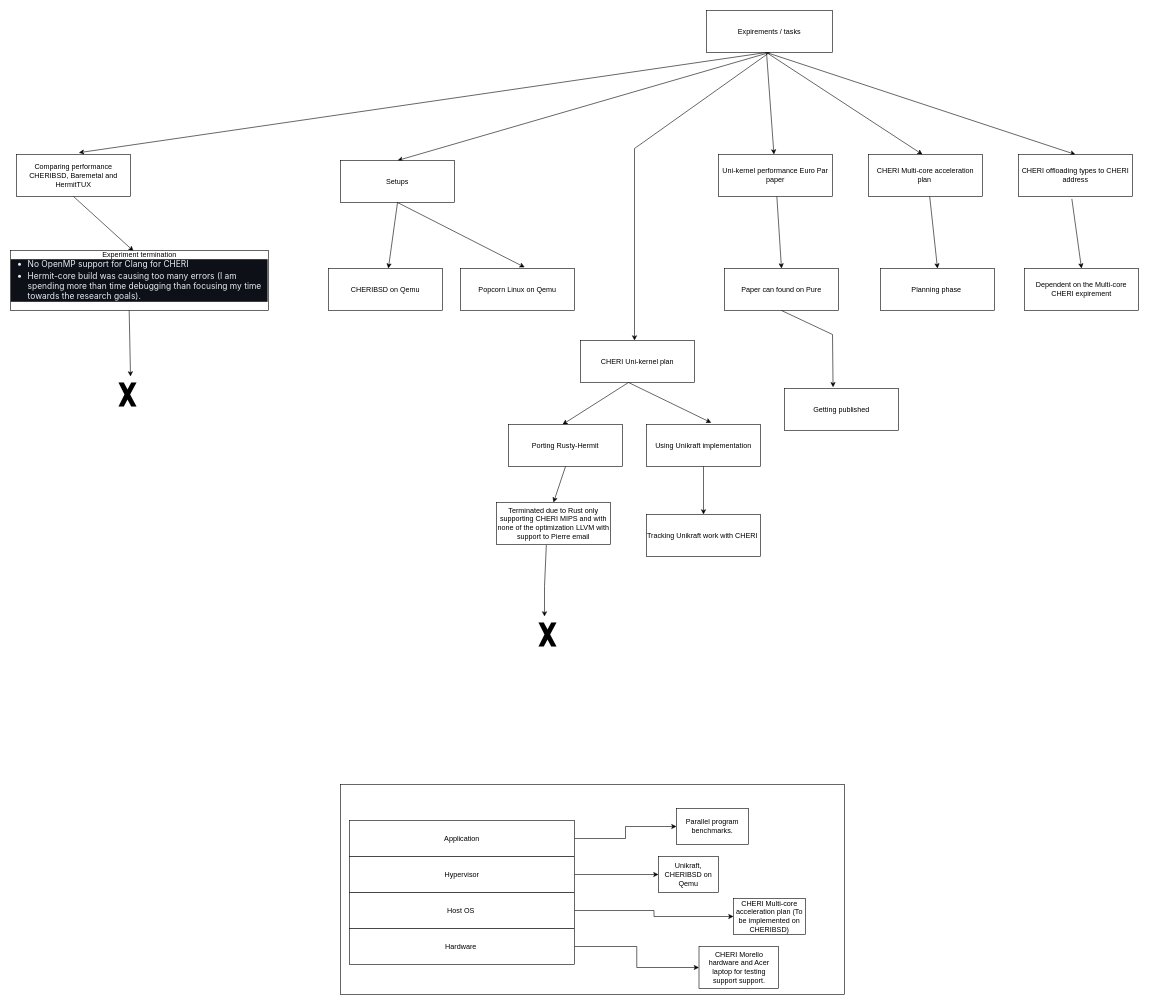
This is page "Page-1" (1 of 4) of Untitled Diagram.drawio from Akilan1999/PhD-public, a draw.io file, before an edit. Source tidied: cells renumbered, new cells numbered last; positions are measured from the earlier drawing's top-left corner, leaving out a move shared by most shapes. Both pictures are drawn from the tidied source at 60%, with x=0, y=0 at pixel (10, 10).
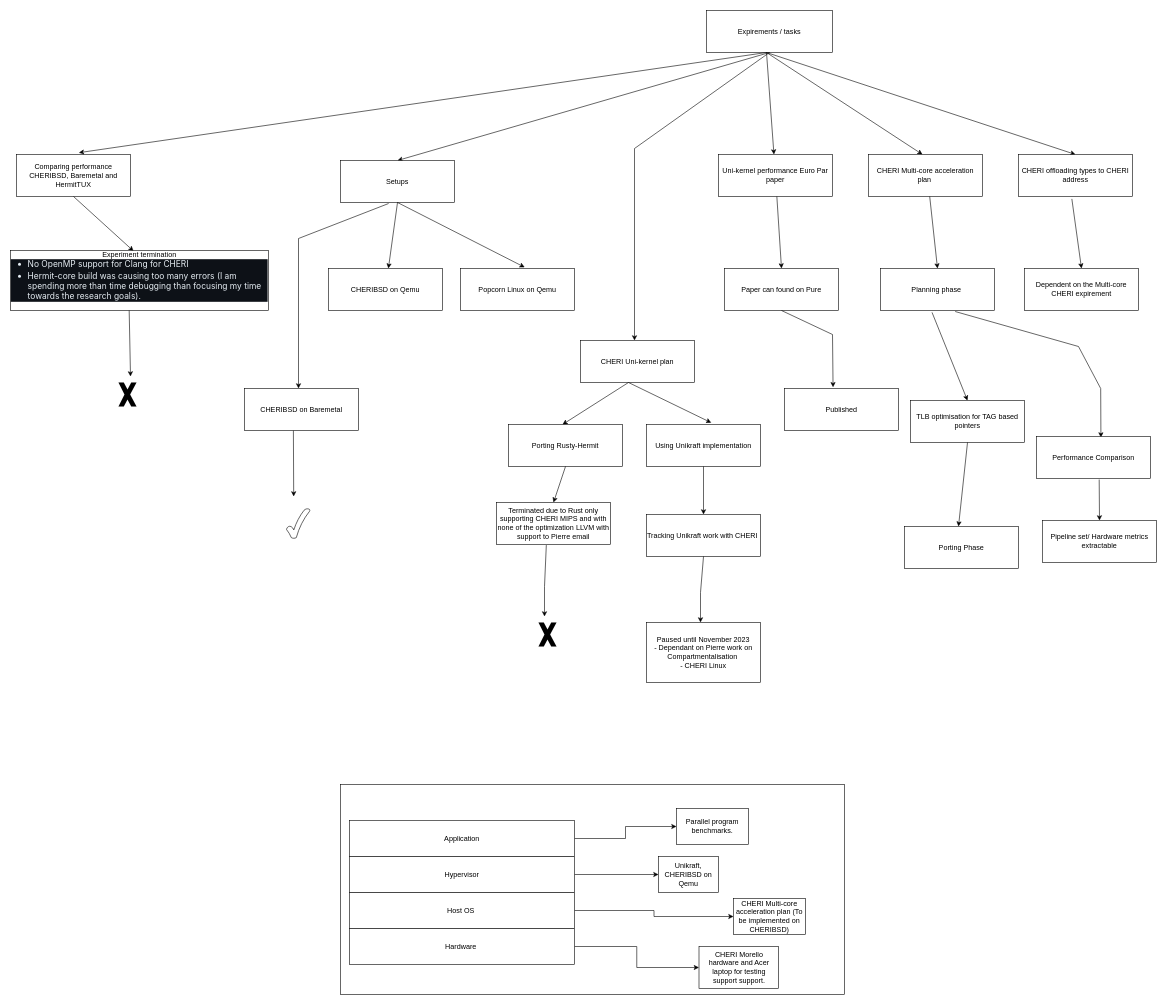
The same diagram, later.

The change refers to these unchanged cells:
```xml
<mxCell id="8" value="Setups" style="rounded=0;whiteSpace=wrap;html=1;" parent="1" vertex="1">
  <mxGeometry x="550" y="250" width="190" height="70" as="geometry" />
</mxCell>
<mxCell id="20" value="Planning phase&amp;nbsp;" style="rounded=0;whiteSpace=wrap;html=1;" parent="1" vertex="1">
  <mxGeometry x="1450" y="430" width="190" height="70" as="geometry" />
</mxCell>
<mxCell id="30" value="Tracking Unikraft work with CHERI&amp;nbsp;" style="rounded=0;whiteSpace=wrap;html=1;" parent="1" vertex="1">
  <mxGeometry x="1060" y="840" width="190" height="70" as="geometry" />
</mxCell>
```

What changed in the source:
```diff
@@
-    <mxCell id="40" value="Getting published" style="rounded=0;whiteSpace=wrap;html=1;" parent="1" vertex="1">
+    <mxCell id="40" value="Published" style="rounded=0;whiteSpace=wrap;html=1;" parent="1" vertex="1">
       <mxGeometry x="1290" y="630" width="190" height="70" as="geometry" />
     </mxCell>
@@
+    <mxCell id="54" style="endArrow=classic;html=1;rounded=0;exitX=0.452;exitY=1.045;exitDx=0;exitDy=0;exitPerimeter=0;entryX=0.5;entryY=0;entryDx=0;entryDy=0;" parent="1" edge="1" source="20" target="55">
+      <mxGeometry relative="1" as="geometry" />
+    </mxCell>
+    <mxCell id="55" value="TLB optimisation for TAG based pointers" style="rounded=0;whiteSpace=wrap;html=1;" parent="1" vertex="1">
+      <mxGeometry x="1500" y="650" width="190" height="70" as="geometry" />
+    </mxCell>
+    <mxCell id="56" style="endArrow=classic;html=1;rounded=0;exitX=0.422;exitY=1.024;exitDx=0;exitDy=0;exitPerimeter=0;" parent="1" edge="1" source="8">
+      <mxGeometry relative="1" as="geometry">
+        <mxPoint x="480" y="630" as="targetPoint" />
+        <Array as="points">
+          <mxPoint x="480" y="380" />
+        </Array>
+      </mxGeometry>
+    </mxCell>
+    <mxCell id="57" value="CHERIBSD on Baremetal" style="rounded=0;whiteSpace=wrap;html=1;" parent="1" vertex="1">
+      <mxGeometry x="390" y="630" width="190" height="70" as="geometry" />
+    </mxCell>
+    <mxCell id="58" style="endArrow=classic;html=1;rounded=0;exitX=0.429;exitY=1.004;exitDx=0;exitDy=0;exitPerimeter=0;" parent="1" edge="1" source="57">
+      <mxGeometry relative="1" as="geometry">
+        <mxPoint x="472" y="810" as="targetPoint" />
+      </mxGeometry>
+    </mxCell>
+    <mxCell id="59" style="verticalLabelPosition=bottom;verticalAlign=top;html=1;shape=mxgraph.basic.tick;" parent="1" vertex="1">
+      <mxGeometry x="460" y="830" width="39" height="50" as="geometry" />
+    </mxCell>
+    <mxCell id="60" style="endArrow=classic;html=1;rounded=0;exitX=0.655;exitY=1.024;exitDx=0;exitDy=0;exitPerimeter=0;entryX=0.565;entryY=0.024;entryDx=0;entryDy=0;entryPerimeter=0;" parent="1" edge="1" source="20" target="61">
+      <mxGeometry relative="1" as="geometry">
+        <Array as="points">
+          <mxPoint x="1780" y="560" />
+          <mxPoint x="1817" y="630" />
+        </Array>
+      </mxGeometry>
+    </mxCell>
+    <mxCell id="61" value="Performance Comparison" style="rounded=0;whiteSpace=wrap;html=1;" parent="1" vertex="1">
+      <mxGeometry x="1710" y="710" width="190" height="70" as="geometry" />
+    </mxCell>
+    <mxCell id="62" style="endArrow=classic;html=1;rounded=0;exitX=0.55;exitY=1.024;exitDx=0;exitDy=0;exitPerimeter=0;" parent="1" edge="1" source="61">
+      <mxGeometry relative="1" as="geometry">
+        <mxPoint x="1815" y="850" as="targetPoint" />
+      </mxGeometry>
+    </mxCell>
+    <mxCell id="63" value="Pipeline set/ Hardware metrics extractable" style="rounded=0;whiteSpace=wrap;html=1;" parent="1" vertex="1">
+      <mxGeometry x="1720" y="850" width="190" height="70" as="geometry" />
+    </mxCell>
+    <mxCell id="64" style="endArrow=classic;html=1;rounded=0;exitX=0.5;exitY=1;exitDx=0;exitDy=0;" parent="1" edge="1" source="30">
+      <mxGeometry relative="1" as="geometry">
+        <mxPoint x="1150" y="1020" as="targetPoint" />
+        <Array as="points">
+          <mxPoint x="1150" y="970" />
+        </Array>
+      </mxGeometry>
+    </mxCell>
+    <mxCell id="65" value="Paused until November 2023&lt;br&gt;- Dependant on Pierre work on Compartmentalisation&amp;nbsp;&lt;br&gt;- CHERI Linux" style="rounded=0;whiteSpace=wrap;html=1;" parent="1" vertex="1">
+      <mxGeometry x="1060" y="1020" width="190" height="100" as="geometry" />
+    </mxCell>
+    <mxCell id="66" style="endArrow=classic;html=1;rounded=0;exitX=0.5;exitY=1;exitDx=0;exitDy=0;" parent="1" edge="1" source="55">
+      <mxGeometry relative="1" as="geometry">
+        <mxPoint x="1580" y="860" as="targetPoint" />
+      </mxGeometry>
+    </mxCell>
+    <mxCell id="67" value="Porting Phase" style="rounded=0;whiteSpace=wrap;html=1;" parent="1" vertex="1">
+      <mxGeometry x="1490" y="860" width="190" height="70" as="geometry" />
+    </mxCell>
```
